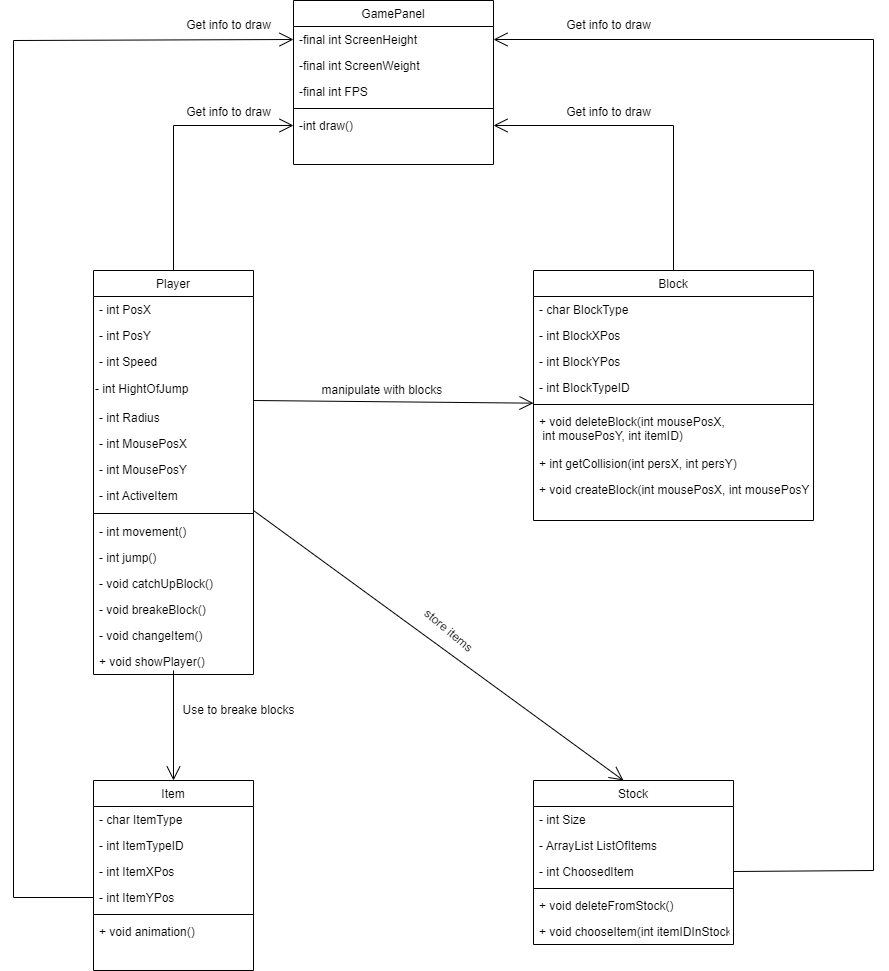
Earlier version of the draw.io export resouses/Class diagram.png (Ilpassekss/Java-Project). Source tidied: cells renumbered, new cells last; positions are measured from the earlier drawing's top-left corner, leaving out a move shared by most shapes.
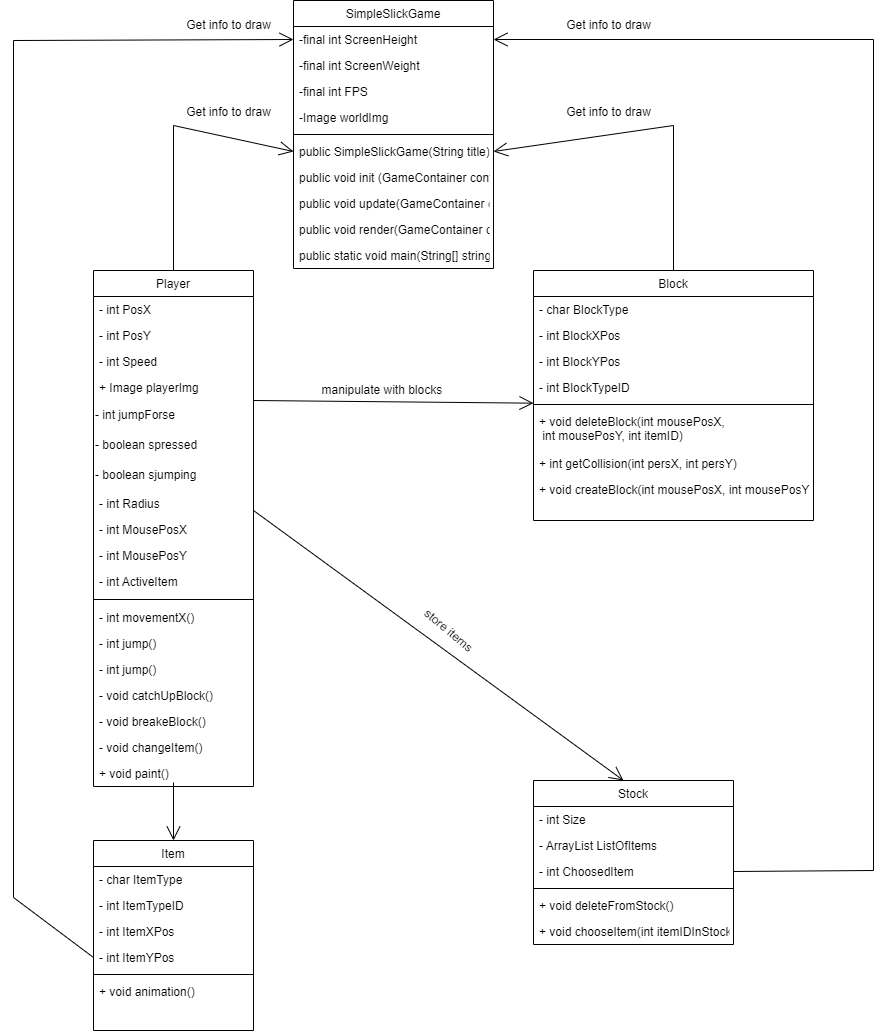
The same file after the commit.

The edit, as a diff of the source:
```diff
@@ -2,6 +2,6 @@
   <root>
-    <mxCell id="0" />
-    <mxCell id="1" parent="0" />
+    <mxCell id="61" />
+    <mxCell id="62" parent="61" />
-    <mxCell id="2" value="Player" style="swimlane;fontStyle=0;align=center;verticalAlign=top;horizontal=1;startSize=26;rounded=0;shadow=0;strokeWidth=1;" parent="1" vertex="1">
-      <mxGeometry x="80" y="270" width="160" height="404" as="geometry" />
+    <mxCell id="2" value="Player" style="swimlane;fontStyle=0;align=center;verticalAlign=top;horizontal=1;startSize=26;rounded=0;shadow=0;strokeWidth=1;" parent="62" vertex="1">
+      <mxGeometry x="80" y="270" width="160" height="516" as="geometry" />
     </mxCell>
@@ -16,39 +16,51 @@
     </mxCell>
-    <mxCell id="6" value="- int HightOfJump" style="text;html=1;align=left;verticalAlign=middle;strokeColor=none;fillColor=none;" parent="2" vertex="1">
-      <mxGeometry y="104" width="160" height="30" as="geometry" />
-    </mxCell>
+    <mxCell id="63" value="+ Image playerImg &#10;&#10;&#10;&#10;" style="text;align=left;verticalAlign=top;spacingLeft=4;spacingRight=4;overflow=hidden;rounded=0;shadow=0;html=0;" parent="2" vertex="1">
+      <mxGeometry y="104" width="160" height="26" as="geometry" />
+    </mxCell>
+    <mxCell id="64" value="- int jumpForse" style="text;html=1;align=left;verticalAlign=middle;strokeColor=none;fillColor=none;" parent="2" vertex="1">
+      <mxGeometry y="130" width="160" height="30" as="geometry" />
+    </mxCell>
+    <mxCell id="65" value="- boolean spressed" style="text;html=1;align=left;verticalAlign=middle;strokeColor=none;fillColor=none;" parent="2" vertex="1">
+      <mxGeometry y="160" width="160" height="30" as="geometry" />
+    </mxCell>
+    <mxCell id="66" value="- boolean sjumping" style="text;html=1;align=left;verticalAlign=middle;strokeColor=none;fillColor=none;" parent="2" vertex="1">
+      <mxGeometry y="190" width="160" height="30" as="geometry" />
+    </mxCell>
     <mxCell id="7" value="- int Radius &#10;&#10;&#10;&#10;" style="text;align=left;verticalAlign=top;spacingLeft=4;spacingRight=4;overflow=hidden;rounded=0;shadow=0;html=0;" parent="2" vertex="1">
-      <mxGeometry y="134" width="160" height="26" as="geometry" />
+      <mxGeometry y="220" width="160" height="26" as="geometry" />
     </mxCell>
     <mxCell id="8" value="- int MousePosX &#10;&#10;&#10;&#10;" style="text;align=left;verticalAlign=top;spacingLeft=4;spacingRight=4;overflow=hidden;rounded=0;shadow=0;html=0;" parent="2" vertex="1">
-      <mxGeometry y="160" width="160" height="26" as="geometry" />
+      <mxGeometry y="246" width="160" height="26" as="geometry" />
     </mxCell>
     <mxCell id="9" value="- int MousePosY &#10;&#10;&#10;&#10;" style="text;align=left;verticalAlign=top;spacingLeft=4;spacingRight=4;overflow=hidden;rounded=0;shadow=0;html=0;" parent="2" vertex="1">
-      <mxGeometry y="186" width="160" height="26" as="geometry" />
+      <mxGeometry y="272" width="160" height="26" as="geometry" />
     </mxCell>
     <mxCell id="10" value="- int ActiveItem &#10;&#10;&#10;&#10;" style="text;align=left;verticalAlign=top;spacingLeft=4;spacingRight=4;overflow=hidden;rounded=0;shadow=0;html=0;" parent="2" vertex="1">
-      <mxGeometry y="212" width="160" height="26" as="geometry" />
+      <mxGeometry y="298" width="160" height="26" as="geometry" />
     </mxCell>
-    <mxCell id="11" style="line;html=1;strokeWidth=1;align=left;verticalAlign=middle;spacingTop=-1;spacingLeft=3;spacingRight=3;labelPosition=right;" parent="2" vertex="1">
-      <mxGeometry y="238" width="160" height="10" as="geometry" />
-    </mxCell>
-    <mxCell id="12" value="- int movement()" style="text;align=left;verticalAlign=top;spacingLeft=4;spacingRight=4;overflow=hidden;" parent="2" vertex="1">
-      <mxGeometry y="248" width="160" height="26" as="geometry" />
-    </mxCell>
-    <mxCell id="13" value="- int jump()" style="text;align=left;verticalAlign=top;spacingLeft=4;spacingRight=4;overflow=hidden;" parent="2" vertex="1">
-      <mxGeometry y="274" width="160" height="26" as="geometry" />
-    </mxCell>
+    <mxCell id="67" style="line;html=1;strokeWidth=1;align=left;verticalAlign=middle;spacingTop=-1;spacingLeft=3;spacingRight=3;labelPosition=right;" parent="2" vertex="1">
+      <mxGeometry y="324" width="160" height="10" as="geometry" />
+    </mxCell>
+    <mxCell id="68" value="- int movementX()" style="text;align=left;verticalAlign=top;spacingLeft=4;spacingRight=4;overflow=hidden;" parent="2" vertex="1">
+      <mxGeometry y="334" width="160" height="26" as="geometry" />
+    </mxCell>
+    <mxCell id="69" value="- int jump()" style="text;align=left;verticalAlign=top;spacingLeft=4;spacingRight=4;overflow=hidden;" parent="2" vertex="1">
+      <mxGeometry y="360" width="160" height="26" as="geometry" />
+    </mxCell>
+    <mxCell id="70" value="- int jump()" style="text;align=left;verticalAlign=top;spacingLeft=4;spacingRight=4;overflow=hidden;" parent="2" vertex="1">
+      <mxGeometry y="386" width="160" height="26" as="geometry" />
+    </mxCell>
     <mxCell id="14" value="- void catchUpBlock()" style="text;align=left;verticalAlign=top;spacingLeft=4;spacingRight=4;overflow=hidden;" parent="2" vertex="1">
-      <mxGeometry y="300" width="160" height="26" as="geometry" />
+      <mxGeometry y="412" width="160" height="26" as="geometry" />
     </mxCell>
     <mxCell id="15" value="- void breakeBlock()" style="text;align=left;verticalAlign=top;spacingLeft=4;spacingRight=4;overflow=hidden;" parent="2" vertex="1">
-      <mxGeometry y="326" width="160" height="26" as="geometry" />
+      <mxGeometry y="438" width="160" height="26" as="geometry" />
     </mxCell>
     <mxCell id="16" value="- void changeItem()" style="text;align=left;verticalAlign=top;spacingLeft=4;spacingRight=4;overflow=hidden;" parent="2" vertex="1">
-      <mxGeometry y="352" width="160" height="26" as="geometry" />
+      <mxGeometry y="464" width="160" height="26" as="geometry" />
     </mxCell>
-    <mxCell id="17" value="+ void showPlayer()" style="text;align=left;verticalAlign=top;spacingLeft=4;spacingRight=4;overflow=hidden;points=[[0,0.5],[1,0.5]];portConstraint=eastwest;" parent="2" vertex="1">
-      <mxGeometry y="378" width="160" height="26" as="geometry" />
-    </mxCell>
+    <mxCell id="71" value="+ void paint()" style="text;align=left;verticalAlign=top;spacingLeft=4;spacingRight=4;overflow=hidden;points=[[0,0.5],[1,0.5]];portConstraint=eastwest;" parent="2" vertex="1">
+      <mxGeometry y="490" width="160" height="26" as="geometry" />
+    </mxCell>
-    <mxCell id="18" value="Block" style="swimlane;fontStyle=0;align=center;verticalAlign=top;horizontal=1;startSize=26;rounded=0;shadow=0;strokeWidth=1;" parent="1" vertex="1">
+    <mxCell id="18" value="Block" style="swimlane;fontStyle=0;align=center;verticalAlign=top;horizontal=1;startSize=26;rounded=0;shadow=0;strokeWidth=1;" parent="62" vertex="1">
       <mxGeometry x="520" y="270" width="280" height="250" as="geometry" />
@@ -79,4 +91,4 @@
     </mxCell>
-    <mxCell id="27" value="Item" style="swimlane;fontStyle=0;align=center;verticalAlign=top;horizontal=1;startSize=26;rounded=0;shadow=0;strokeWidth=1;" parent="1" vertex="1">
-      <mxGeometry x="80" y="780" width="160" height="190" as="geometry" />
+    <mxCell id="27" value="Item" style="swimlane;fontStyle=0;align=center;verticalAlign=top;horizontal=1;startSize=26;rounded=0;shadow=0;strokeWidth=1;" parent="62" vertex="1">
+      <mxGeometry x="80" y="840" width="160" height="190" as="geometry" />
     </mxCell>
@@ -100,3 +112,3 @@
     </mxCell>
-    <mxCell id="34" value="Stock" style="swimlane;fontStyle=0;align=center;verticalAlign=top;horizontal=1;startSize=26;rounded=0;shadow=0;strokeWidth=1;" parent="1" vertex="1">
+    <mxCell id="34" value="Stock" style="swimlane;fontStyle=0;align=center;verticalAlign=top;horizontal=1;startSize=26;rounded=0;shadow=0;strokeWidth=1;" parent="62" vertex="1">
       <mxGeometry x="520" y="780" width="200" height="164" as="geometry" />
@@ -112,5 +124,5 @@
     </mxCell>
-    <mxCell id="38" style="line;html=1;strokeWidth=1;align=left;verticalAlign=middle;spacingTop=-1;spacingLeft=3;spacingRight=3;labelPosition=right;" parent="34" vertex="1">
-      <mxGeometry y="104" width="200" height="8" as="geometry" />
-    </mxCell>
+    <mxCell id="72" style="line;html=1;strokeWidth=1;align=left;verticalAlign=middle;spacingTop=-1;spacingLeft=3;spacingRight=3;labelPosition=right;" parent="34" vertex="1">
+      <mxGeometry y="104" width="200" height="8" as="geometry" />
+    </mxCell>
     <mxCell id="39" value="+ void deleteFromStock()" style="text;align=left;verticalAlign=top;spacingLeft=4;spacingRight=4;overflow=hidden;" parent="34" vertex="1">
@@ -121,58 +133,70 @@
     </mxCell>
-    <mxCell id="41" style="endArrow=open;endFill=1;endSize=12;html=1;rounded=0;" parent="1" edge="1" target="23">
-      <mxGeometry relative="1" as="geometry">
-        <mxPoint x="240" y="400" as="sourcePoint" />
-      </mxGeometry>
-    </mxCell>
-    <mxCell id="42" style="endArrow=open;endFill=1;endSize=12;html=1;rounded=0;entryX=0.5;entryY=0;entryDx=0;entryDy=0;exitX=0.5;exitY=0.846;exitDx=0;exitDy=0;exitPerimeter=0;" parent="1" edge="1" source="17" target="27">
-      <mxGeometry relative="1" as="geometry" />
-    </mxCell>
-    <mxCell id="43" style="endArrow=open;endFill=1;endSize=12;html=1;rounded=0;entryX=0.45;entryY=0;entryDx=0;entryDy=0;entryPerimeter=0;" parent="1" edge="1" target="34">
-      <mxGeometry relative="1" as="geometry">
-        <mxPoint x="240" y="510" as="sourcePoint" />
-      </mxGeometry>
-    </mxCell>
+    <mxCell id="73" style="endArrow=open;endFill=1;endSize=12;html=1;rounded=0;" parent="62" edge="1" target="23">
+      <mxGeometry relative="1" as="geometry">
+        <mxPoint x="240" y="400" as="sourcePoint" />
+      </mxGeometry>
+    </mxCell>
+    <mxCell id="74" style="endArrow=open;endFill=1;endSize=12;html=1;rounded=0;entryX=0.5;entryY=0;entryDx=0;entryDy=0;exitX=0.5;exitY=0.846;exitDx=0;exitDy=0;exitPerimeter=0;" parent="62" edge="1" source="71" target="27">
+      <mxGeometry relative="1" as="geometry" />
+    </mxCell>
+    <mxCell id="75" style="endArrow=open;endFill=1;endSize=12;html=1;rounded=0;entryX=0.45;entryY=0;entryDx=0;entryDy=0;entryPerimeter=0;" parent="62" edge="1" target="34">
+      <mxGeometry relative="1" as="geometry">
+        <mxPoint x="240" y="510" as="sourcePoint" />
+      </mxGeometry>
+    </mxCell>
-    <mxCell id="44" value="manipulate with blocks&amp;nbsp;" style="text;html=1;align=center;verticalAlign=middle;strokeColor=none;fillColor=none;" parent="1" vertex="1">
+    <mxCell id="44" value="manipulate with blocks&amp;nbsp;" style="text;html=1;align=center;verticalAlign=middle;strokeColor=none;fillColor=none;" parent="62" vertex="1">
       <mxGeometry x="300" y="380" width="140" height="20" as="geometry" />
     </mxCell>
-    <mxCell id="45" value="Use to breake blocks" style="text;html=1;align=center;verticalAlign=middle;strokeColor=none;fillColor=none;" parent="1" vertex="1">
-      <mxGeometry x="160" y="700" width="130" height="20" as="geometry" />
-    </mxCell>
-    <mxCell id="46" value="store items" style="text;html=1;align=center;verticalAlign=middle;strokeColor=none;fillColor=none;rotation=40;" parent="1" vertex="1">
+    <mxCell id="46" value="store items" style="text;html=1;align=center;verticalAlign=middle;strokeColor=none;fillColor=none;rotation=40;" parent="62" vertex="1">
       <mxGeometry x="400" y="620" width="70" height="20" as="geometry" />
     </mxCell>
-    <mxCell id="47" value="GamePanel" style="swimlane;fontStyle=0;align=center;verticalAlign=top;horizontal=1;startSize=26;rounded=0;shadow=0;strokeWidth=1;" parent="1" vertex="1">
-      <mxGeometry x="280" width="200" height="164" as="geometry" />
-    </mxCell>
+    <mxCell id="76" value="SimpleSlickGame" style="swimlane;fontStyle=0;align=center;verticalAlign=top;horizontal=1;startSize=26;rounded=0;shadow=0;strokeWidth=1;" parent="62" vertex="1">
+      <mxGeometry x="280" width="200" height="268" as="geometry" />
+    </mxCell>
-    <mxCell id="48" value="-final int ScreenHeight" style="text;align=left;verticalAlign=top;spacingLeft=4;spacingRight=4;overflow=hidden;points=[[0,0.5],[1,0.5]];portConstraint=eastwest;" parent="47" vertex="1">
+    <mxCell id="48" value="-final int ScreenHeight" style="text;align=left;verticalAlign=top;spacingLeft=4;spacingRight=4;overflow=hidden;points=[[0,0.5],[1,0.5]];portConstraint=eastwest;" parent="76" vertex="1">
       <mxGeometry y="26" width="200" height="26" as="geometry" />
     </mxCell>
-    <mxCell id="49" value="-final int ScreenWeight" style="text;align=left;verticalAlign=middle;spacingLeft=4;spacingRight=4;overflow=hidden;rounded=0;shadow=0;html=0;" parent="47" vertex="1">
+    <mxCell id="49" value="-final int ScreenWeight" style="text;align=left;verticalAlign=middle;spacingLeft=4;spacingRight=4;overflow=hidden;rounded=0;shadow=0;html=0;" parent="76" vertex="1">
       <mxGeometry y="52" width="200" height="26" as="geometry" />
     </mxCell>
-    <mxCell id="50" value="-final int FPS" style="text;align=left;verticalAlign=middle;spacingLeft=4;spacingRight=4;overflow=hidden;rounded=0;shadow=0;html=0;" parent="47" vertex="1">
+    <mxCell id="50" value="-final int FPS" style="text;align=left;verticalAlign=middle;spacingLeft=4;spacingRight=4;overflow=hidden;rounded=0;shadow=0;html=0;" parent="76" vertex="1">
       <mxGeometry y="78" width="200" height="26" as="geometry" />
     </mxCell>
-    <mxCell id="51" style="line;html=1;strokeWidth=1;align=left;verticalAlign=middle;spacingTop=-1;spacingLeft=3;spacingRight=3;labelPosition=right;" parent="47" vertex="1">
-      <mxGeometry y="104" width="200" height="8" as="geometry" />
-    </mxCell>
-    <mxCell id="52" value="-int draw()" style="text;align=left;verticalAlign=top;spacingLeft=4;spacingRight=4;overflow=hidden;points=[[0,0.5],[1,0.5]];portConstraint=eastwest;" parent="47" vertex="1">
-      <mxGeometry y="112" width="200" height="26" as="geometry" />
-    </mxCell>
-    <mxCell id="53" style="endArrow=open;endFill=1;endSize=12;html=1;rounded=0;entryX=0;entryY=0.5;entryDx=0;entryDy=0;" parent="1" edge="1" target="52">
-      <mxGeometry relative="1" as="geometry">
-        <mxPoint x="160" y="270" as="sourcePoint" />
-        <Array as="points">
-          <mxPoint x="160" y="125" />
-        </Array>
-      </mxGeometry>
-    </mxCell>
-    <mxCell id="54" style="endArrow=open;endFill=1;endSize=12;html=1;rounded=0;entryX=1;entryY=0.5;entryDx=0;entryDy=0;exitX=0.5;exitY=0;exitDx=0;exitDy=0;" parent="1" edge="1" source="18" target="52">
-      <mxGeometry relative="1" as="geometry">
-        <Array as="points">
-          <mxPoint x="660" y="125" />
-        </Array>
-      </mxGeometry>
-    </mxCell>
+    <mxCell id="77" value="-Image worldImg" style="text;align=left;verticalAlign=middle;spacingLeft=4;spacingRight=4;overflow=hidden;rounded=0;shadow=0;html=0;" parent="76" vertex="1">
+      <mxGeometry y="104" width="200" height="26" as="geometry" />
+    </mxCell>
+    <mxCell id="78" style="line;html=1;strokeWidth=1;align=left;verticalAlign=middle;spacingTop=-1;spacingLeft=3;spacingRight=3;labelPosition=right;" parent="76" vertex="1">
+      <mxGeometry y="130" width="200" height="8" as="geometry" />
+    </mxCell>
+    <mxCell id="79" value="public SimpleSlickGame(String title)" style="text;align=left;verticalAlign=top;spacingLeft=4;spacingRight=4;overflow=hidden;points=[[0,0.5],[1,0.5]];portConstraint=eastwest;" parent="76" vertex="1">
+      <mxGeometry y="138" width="200" height="26" as="geometry" />
+    </mxCell>
+    <mxCell id="80" value="public void init (GameContainer container)" style="text;align=left;verticalAlign=top;spacingLeft=4;spacingRight=4;overflow=hidden;" parent="76" vertex="1">
+      <mxGeometry y="164" width="200" height="26" as="geometry" />
+    </mxCell>
+    <mxCell id="81" value="public void update(GameContainer container, int delta)" style="text;align=left;verticalAlign=top;spacingLeft=4;spacingRight=4;overflow=hidden;" parent="76" vertex="1">
+      <mxGeometry y="190" width="200" height="26" as="geometry" />
+    </mxCell>
+    <mxCell id="82" value="public void render(GameContainer container, Graphics graphics)" style="text;align=left;verticalAlign=top;spacingLeft=4;spacingRight=4;overflow=hidden;" parent="76" vertex="1">
+      <mxGeometry y="216" width="200" height="26" as="geometry" />
+    </mxCell>
+    <mxCell id="83" value="public static void main(String[] string)" style="text;align=left;verticalAlign=top;spacingLeft=4;spacingRight=4;overflow=hidden;" parent="76" vertex="1">
+      <mxGeometry y="242" width="200" height="26" as="geometry" />
+    </mxCell>
+    <mxCell id="84" style="endArrow=open;endFill=1;endSize=12;html=1;rounded=0;entryX=0;entryY=0.5;entryDx=0;entryDy=0;" parent="62" edge="1" target="79">
+      <mxGeometry relative="1" as="geometry">
+        <mxPoint x="160" y="270" as="sourcePoint" />
+        <Array as="points">
+          <mxPoint x="160" y="125" />
+        </Array>
+      </mxGeometry>
+    </mxCell>
+    <mxCell id="85" style="endArrow=open;endFill=1;endSize=12;html=1;rounded=0;entryX=1;entryY=0.5;entryDx=0;entryDy=0;exitX=0.5;exitY=0;exitDx=0;exitDy=0;" parent="62" edge="1" source="18" target="79">
+      <mxGeometry relative="1" as="geometry">
+        <Array as="points">
+          <mxPoint x="660" y="125" />
+        </Array>
+      </mxGeometry>
+    </mxCell>
-    <mxCell id="55" style="endArrow=open;endFill=1;endSize=12;html=1;rounded=0;entryX=0;entryY=0.5;entryDx=0;entryDy=0;exitX=0;exitY=0.5;exitDx=0;exitDy=0;" parent="1" edge="1" source="31" target="48">
+    <mxCell id="55" style="endArrow=open;endFill=1;endSize=12;html=1;rounded=0;entryX=0;entryY=0.5;entryDx=0;entryDy=0;exitX=0;exitY=0.5;exitDx=0;exitDy=0;" parent="62" edge="1" source="31" target="48">
       <mxGeometry relative="1" as="geometry">
@@ -184,3 +208,3 @@
     </mxCell>
-    <mxCell id="56" style="endArrow=open;endFill=1;endSize=12;html=1;rounded=0;entryX=1;entryY=0.5;entryDx=0;entryDy=0;exitX=1;exitY=0.5;exitDx=0;exitDy=0;" parent="1" edge="1" source="37" target="48">
+    <mxCell id="56" style="endArrow=open;endFill=1;endSize=12;html=1;rounded=0;entryX=1;entryY=0.5;entryDx=0;entryDy=0;exitX=1;exitY=0.5;exitDx=0;exitDy=0;" parent="62" edge="1" source="37" target="48">
       <mxGeometry relative="1" as="geometry">
@@ -192,14 +216,14 @@
     </mxCell>
-    <mxCell id="57" value="Get info to draw" style="text;html=1;align=center;verticalAlign=middle;strokeColor=none;fillColor=none;" parent="1" vertex="1">
-      <mxGeometry x="540" y="10" width="110" height="30" as="geometry" />
-    </mxCell>
-    <mxCell id="58" value="Get info to draw" style="text;html=1;align=center;verticalAlign=middle;strokeColor=none;fillColor=none;" parent="1" vertex="1">
-      <mxGeometry x="540" y="97" width="110" height="30" as="geometry" />
-    </mxCell>
-    <mxCell id="59" value="Get info to draw" style="text;html=1;align=center;verticalAlign=middle;strokeColor=none;fillColor=none;" parent="1" vertex="1">
-      <mxGeometry x="160" y="97" width="110" height="30" as="geometry" />
-    </mxCell>
-    <mxCell id="60" value="Get info to draw" style="text;html=1;align=center;verticalAlign=middle;strokeColor=none;fillColor=none;" parent="1" vertex="1">
-      <mxGeometry x="160" y="10" width="110" height="30" as="geometry" />
-    </mxCell>
+    <mxCell id="86" value="Get info to draw" style="text;html=1;align=center;verticalAlign=middle;strokeColor=none;fillColor=none;" parent="62" vertex="1">
+      <mxGeometry x="540" y="10" width="110" height="30" as="geometry" />
+    </mxCell>
+    <mxCell id="87" value="Get info to draw" style="text;html=1;align=center;verticalAlign=middle;strokeColor=none;fillColor=none;" parent="62" vertex="1">
+      <mxGeometry x="540" y="97" width="110" height="30" as="geometry" />
+    </mxCell>
+    <mxCell id="88" value="Get info to draw" style="text;html=1;align=center;verticalAlign=middle;strokeColor=none;fillColor=none;" parent="62" vertex="1">
+      <mxGeometry x="160" y="97" width="110" height="30" as="geometry" />
+    </mxCell>
+    <mxCell id="89" value="Get info to draw" style="text;html=1;align=center;verticalAlign=middle;strokeColor=none;fillColor=none;" parent="62" vertex="1">
+      <mxGeometry x="160" y="10" width="110" height="30" as="geometry" />
+    </mxCell>
   </root>
```
